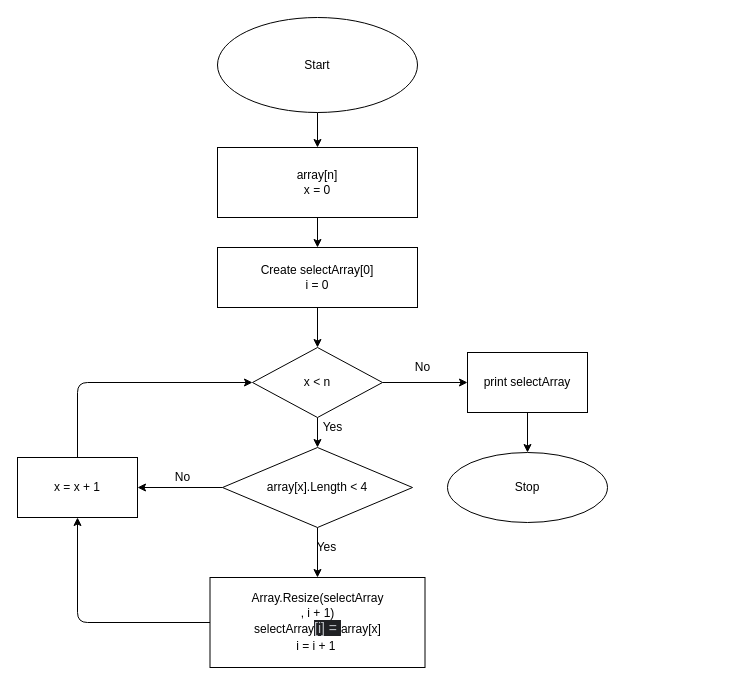
This is flowchart.drawio from Alexlink44/knowledge_check_01-22, a draw.io file, before an edit. Source tidied: cells renumbered, new cells numbered last; positions are measured from the earlier drawing's top-left corner, leaving out a move shared by most shapes. Both pictures are drawn from the tidied source at 100%, with x=0, y=0 at pixel (17, 17).
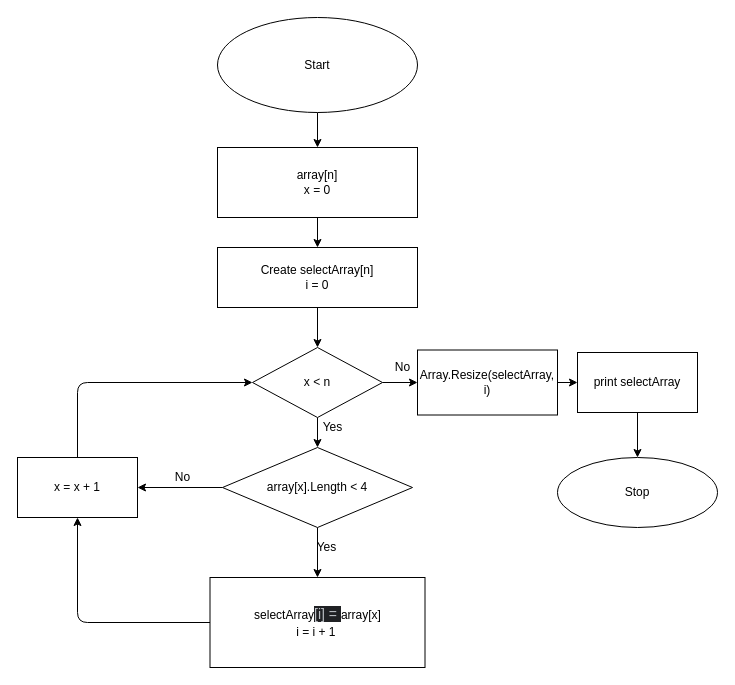
The same diagram, later.

The change refers to these unchanged cells:
```xml
<mxCell id="20" value="x &amp;lt; n" style="rhombus;whiteSpace=wrap;html=1;" parent="1" vertex="1">
  <mxGeometry x="235" y="330" width="130" height="70" as="geometry" />
</mxCell>
```

Change to the diagram source:
```diff
@@
-    <mxCell id="10" value="Array.Resize(selectArray&lt;br&gt;, i + 1)&lt;br&gt;selectArray&lt;span style=&quot;color: rgb(189 , 193 , 198) ; font-family: &amp;#34;google sans text&amp;#34; , &amp;#34;arial&amp;#34; , sans-serif ; font-size: 14px ; background-color: rgb(32 , 33 , 36)&quot;&gt;[i] = &lt;/span&gt;array[x]&lt;br&gt;i = i + 1&amp;nbsp;&lt;span style=&quot;color: rgb(189 , 193 , 198) ; font-family: &amp;#34;google sans text&amp;#34; , &amp;#34;arial&amp;#34; , sans-serif ; font-size: 14px ; background-color: rgb(32 , 33 , 36)&quot;&gt;&lt;br&gt;&lt;/span&gt;" style="whiteSpace=wrap;html=1;" parent="1" vertex="1">
+    <mxCell id="10" value="selectArray&lt;span style=&quot;color: rgb(189 , 193 , 198) ; font-family: &amp;#34;google sans text&amp;#34; , &amp;#34;arial&amp;#34; , sans-serif ; font-size: 14px ; background-color: rgb(32 , 33 , 36)&quot;&gt;[i] = &lt;/span&gt;array[x]&lt;br&gt;i = i + 1&amp;nbsp;&lt;span style=&quot;color: rgb(189 , 193 , 198) ; font-family: &amp;#34;google sans text&amp;#34; , &amp;#34;arial&amp;#34; , sans-serif ; font-size: 14px ; background-color: rgb(32 , 33 , 36)&quot;&gt;&lt;br&gt;&lt;/span&gt;" style="whiteSpace=wrap;html=1;" parent="1" vertex="1">
       <mxGeometry x="192.5" y="560" width="215" height="90" as="geometry" />
     </mxCell>
     <mxCell id="11" value="Stop" style="ellipse;whiteSpace=wrap;html=1;" parent="1" vertex="1">
-      <mxGeometry x="430" y="435" width="160" height="70" as="geometry" />
+      <mxGeometry x="540" y="440" width="160" height="70" as="geometry" />
     </mxCell>
@@
-    <mxCell id="13" value="Create selectArray[0]&lt;br&gt;i = 0" style="whiteSpace=wrap;html=1;" parent="1" vertex="1">
+    <mxCell id="13" value="Create selectArray[n]&lt;br&gt;i = 0" style="whiteSpace=wrap;html=1;" parent="1" vertex="1">
       <mxGeometry x="200" y="230" width="200" height="60" as="geometry" />
     </mxCell>
@@
-    <mxCell id="19" style="edgeStyle=none;html=1;entryX=0;entryY=0.5;entryDx=0;entryDy=0;" parent="1" edge="1" source="20" target="24">
-      <mxGeometry relative="1" as="geometry" />
-    </mxCell>
+    <mxCell id="25" style="edgeStyle=none;html=1;entryX=0;entryY=0.5;entryDx=0;entryDy=0;" parent="1" edge="1" source="20" target="27">
+      <mxGeometry relative="1" as="geometry" />
+    </mxCell>
@@
     <mxCell id="22" value="No" style="text;html=1;align=center;verticalAlign=middle;strokeColor=none;" parent="1" vertex="1">
-      <mxGeometry x="390" y="340" width="30" height="20" as="geometry" />
+      <mxGeometry x="370" y="340" width="30" height="20" as="geometry" />
     </mxCell>
@@
     <mxCell id="24" value="print selectArray" style="rounded=0;whiteSpace=wrap;html=1;" parent="1" vertex="1">
-      <mxGeometry x="450" y="335" width="120" height="60" as="geometry" />
+      <mxGeometry x="560" y="335" width="120" height="60" as="geometry" />
     </mxCell>
+    <mxCell id="26" style="edgeStyle=none;html=1;entryX=0;entryY=0.5;entryDx=0;entryDy=0;" parent="1" edge="1" source="27" target="24">
+      <mxGeometry relative="1" as="geometry" />
+    </mxCell>
+    <mxCell id="27" value="&lt;span&gt;Array.Resize(selectArray&lt;/span&gt;&lt;span&gt;, i)&lt;/span&gt;" style="rounded=0;whiteSpace=wrap;html=1;" parent="1" vertex="1">
+      <mxGeometry x="400" y="332.5" width="140" height="65" as="geometry" />
+    </mxCell>
```
